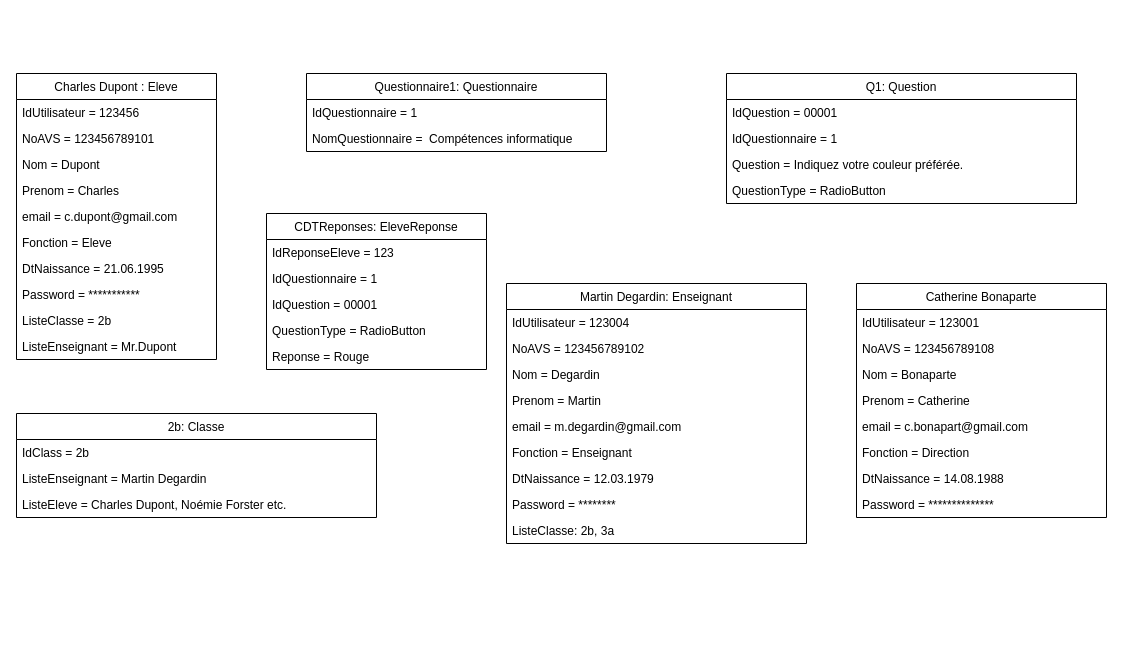
Before: ObjectDiagramEleve.drawio in Devetik/Diagrammes, a draw.io diagram. Source tidied: cells renumbered, new cells numbered last; positions are measured from the earlier drawing's top-left corner, leaving out a move shared by most shapes. Both pictures are drawn from the tidied source at 100%, with x=0, y=0 at pixel (16, 73).
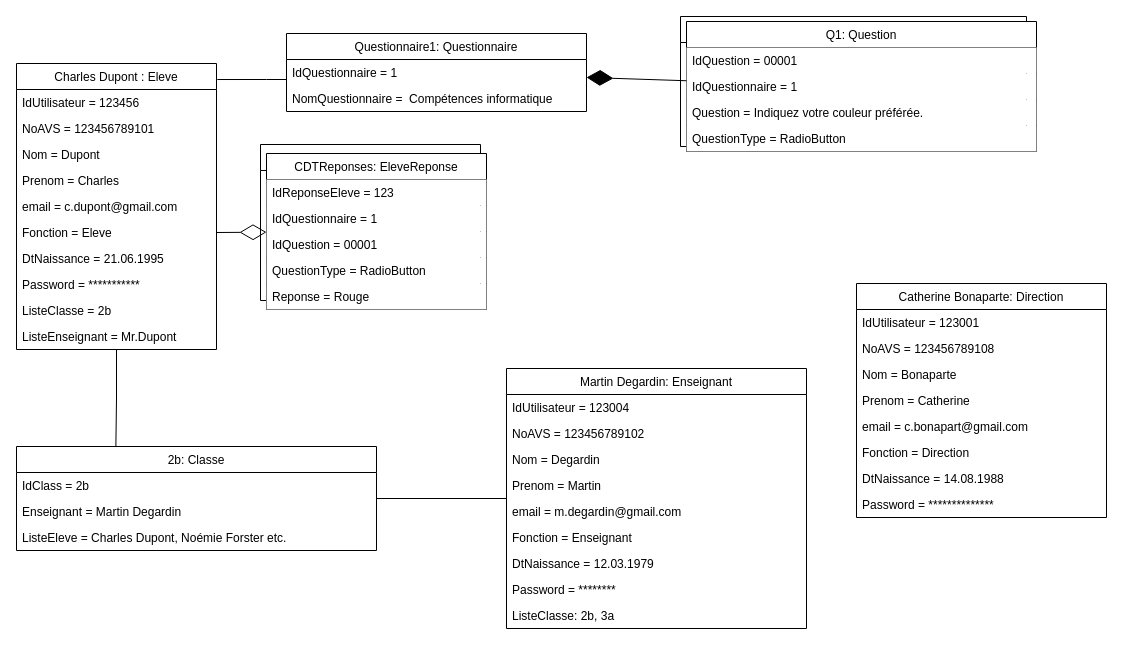
The same page after the edit.

Unchanged cells that the change refers to:
```xml
<mxCell id="8" value="Fonction = Eleve" style="text;strokeColor=none;fillColor=none;align=left;verticalAlign=top;spacingLeft=4;spacingRight=4;overflow=hidden;points=[[0,0.5],[1,0.5]];portConstraint=eastwest;" parent="2" vertex="1">
  <mxGeometry y="156" width="200" height="26" as="geometry" />
</mxCell>
```

Change to the diagram source:
```diff
@@
+    <mxCell id="50" style="swimlane;fontStyle=0;horizontal=1;startSize=26;fillColor=none;" parent="1" vertex="1">
+      <mxGeometry x="664" y="-57" width="346" height="130" as="geometry" />
+    </mxCell>
+    <mxCell id="51" value=" " style="text;strokeColor=none;fillColor=none;align=left;verticalAlign=top;spacingLeft=4;spacingRight=4;overflow=hidden;" parent="50" vertex="1">
+      <mxGeometry y="26" width="346" height="26" as="geometry" />
+    </mxCell>
+    <mxCell id="52" style="text;strokeColor=none;fillColor=none;align=left;verticalAlign=top;spacingLeft=4;spacingRight=4;overflow=hidden;" parent="50" vertex="1">
+      <mxGeometry y="52" width="346" height="26" as="geometry" />
+    </mxCell>
+    <mxCell id="53" style="text;strokeColor=none;fillColor=none;align=left;verticalAlign=top;spacingLeft=4;spacingRight=4;overflow=hidden;" parent="50" vertex="1">
+      <mxGeometry y="78" width="346" height="26" as="geometry" />
+    </mxCell>
+    <mxCell id="54" style="text;strokeColor=none;fillColor=none;align=left;verticalAlign=top;spacingLeft=4;spacingRight=4;overflow=hidden;" parent="50" vertex="1">
+      <mxGeometry y="104" width="346" height="26" as="geometry" />
+    </mxCell>
+    <mxCell id="55" style="swimlane;fontStyle=0;horizontal=1;startSize=26;fillColor=none;" parent="1" vertex="1">
+      <mxGeometry x="244" y="71" width="220" height="156" as="geometry" />
+    </mxCell>
+    <mxCell id="56" value=" " style="text;strokeColor=none;fillColor=none;align=left;verticalAlign=top;spacingLeft=4;spacingRight=4;overflow=hidden;" parent="55" vertex="1">
+      <mxGeometry y="26" width="220" height="26" as="geometry" />
+    </mxCell>
+    <mxCell id="57" style="text;strokeColor=none;fillColor=none;align=left;verticalAlign=top;spacingLeft=4;spacingRight=4;overflow=hidden;" parent="55" vertex="1">
+      <mxGeometry y="52" width="220" height="26" as="geometry" />
+    </mxCell>
+    <mxCell id="58" style="text;strokeColor=none;fillColor=none;align=left;verticalAlign=top;spacingLeft=4;spacingRight=4;overflow=hidden;" parent="55" vertex="1">
+      <mxGeometry y="78" width="220" height="26" as="geometry" />
+    </mxCell>
+    <mxCell id="59" style="text;strokeColor=none;fillColor=none;align=left;verticalAlign=top;spacingLeft=4;spacingRight=4;overflow=hidden;" parent="55" vertex="1">
+      <mxGeometry y="104" width="220" height="26" as="geometry" />
+    </mxCell>
+    <mxCell id="60" style="text;strokeColor=none;fillColor=none;align=left;verticalAlign=top;spacingLeft=4;spacingRight=4;overflow=hidden;" parent="55" vertex="1">
+      <mxGeometry y="130" width="220" height="26" as="geometry" />
+    </mxCell>
+    <mxCell id="61" style="edgeStyle=orthogonalEdgeStyle;rounded=0;jettySize=auto;html=1;entryX=0.276;entryY=0.003;entryDx=0;entryDy=0;entryPerimeter=0;endArrow=none;endFill=0;" parent="1" edge="1" source="2" target="21">
+      <mxGeometry relative="1" as="geometry" />
+    </mxCell>
+    <mxCell id="62" style="edgeStyle=orthogonalEdgeStyle;rounded=0;jettySize=auto;html=1;endArrow=none;endFill=0;exitX=1.004;exitY=0.056;exitDx=0;exitDy=0;exitPerimeter=0;" parent="1" edge="1" source="2" target="18">
+      <mxGeometry relative="1" as="geometry">
+        <Array as="points">
+          <mxPoint x="250" y="6" />
+          <mxPoint x="250" y="6" />
+        </Array>
+      </mxGeometry>
+    </mxCell>
     <mxCell id="2" value="Charles Dupont : Eleve" style="swimlane;fontStyle=0;horizontal=1;startSize=26;fillColor=none;" parent="1" vertex="1">
-      <mxGeometry width="200" height="286" as="geometry" />
+      <mxGeometry y="-10" width="200" height="286" as="geometry" />
     </mxCell>
@@
-    <mxCell id="13" value="Q1: Question" style="swimlane;fontStyle=0;horizontal=1;startSize=26;fillColor=none;" parent="1" vertex="1">
-      <mxGeometry x="710" width="350" height="130" as="geometry" />
+    <mxCell id="13" value="Q1: Question" style="swimlane;fontStyle=0;horizontal=1;startSize=26;fillColor=default;" parent="1" vertex="1">
+      <mxGeometry x="670" y="-52" width="350" height="130" as="geometry" />
     </mxCell>
-    <mxCell id="14" value="IdQuestion = 00001" style="text;strokeColor=none;fillColor=none;align=left;verticalAlign=top;spacingLeft=4;spacingRight=4;overflow=hidden;" parent="13" vertex="1">
+    <mxCell id="14" value="IdQuestion = 00001" style="text;strokeColor=none;fillColor=default;align=left;verticalAlign=top;spacingLeft=4;spacingRight=4;overflow=hidden;" parent="13" vertex="1">
       <mxGeometry y="26" width="350" height="26" as="geometry" />
     </mxCell>
-    <mxCell id="15" value="IdQuestionnaire = 1" style="text;strokeColor=none;fillColor=none;align=left;verticalAlign=top;spacingLeft=4;spacingRight=4;overflow=hidden;" parent="13" vertex="1">
+    <mxCell id="15" value="IdQuestionnaire = 1" style="text;strokeColor=none;fillColor=default;align=left;verticalAlign=top;spacingLeft=4;spacingRight=4;overflow=hidden;" parent="13" vertex="1">
       <mxGeometry y="52" width="350" height="26" as="geometry" />
     </mxCell>
-    <mxCell id="16" value="Question = Indiquez votre couleur préférée." style="text;strokeColor=none;fillColor=none;align=left;verticalAlign=top;spacingLeft=4;spacingRight=4;overflow=hidden;" parent="13" vertex="1">
+    <mxCell id="16" value="Question = Indiquez votre couleur préférée." style="text;strokeColor=none;fillColor=default;align=left;verticalAlign=top;spacingLeft=4;spacingRight=4;overflow=hidden;" parent="13" vertex="1">
       <mxGeometry y="78" width="350" height="26" as="geometry" />
     </mxCell>
-    <mxCell id="17" value="QuestionType = RadioButton" style="text;strokeColor=none;fillColor=none;align=left;verticalAlign=top;spacingLeft=4;spacingRight=4;overflow=hidden;" parent="13" vertex="1">
+    <mxCell id="17" value="QuestionType = RadioButton" style="text;strokeColor=none;fillColor=default;align=left;verticalAlign=top;spacingLeft=4;spacingRight=4;overflow=hidden;" parent="13" vertex="1">
       <mxGeometry y="104" width="350" height="26" as="geometry" />
     </mxCell>
     <mxCell id="18" value="Questionnaire1: Questionnaire" style="swimlane;fontStyle=0;horizontal=1;startSize=26;fillColor=none;" parent="1" vertex="1">
-      <mxGeometry x="290" width="300" height="78" as="geometry" />
+      <mxGeometry x="270" y="-40" width="300" height="78" as="geometry" />
     </mxCell>
@@
+    <mxCell id="63" style="edgeStyle=orthogonalEdgeStyle;rounded=0;jettySize=auto;html=1;endArrow=none;endFill=0;" parent="1" edge="1" source="21" target="25">
+      <mxGeometry relative="1" as="geometry" />
+    </mxCell>
     <mxCell id="21" value="2b: Classe" style="swimlane;fontStyle=0;horizontal=1;startSize=26;fillColor=none;" parent="1" vertex="1">
-      <mxGeometry y="340" width="360" height="104" as="geometry" />
+      <mxGeometry y="373" width="360" height="104" as="geometry" />
     </mxCell>
@@
-    <mxCell id="23" value="ListeEnseignant = Martin Degardin" style="text;strokeColor=none;fillColor=none;align=left;verticalAlign=top;spacingLeft=4;spacingRight=4;overflow=hidden;" parent="21" vertex="1">
+    <mxCell id="23" value="Enseignant = Martin Degardin" style="text;strokeColor=none;fillColor=none;align=left;verticalAlign=top;spacingLeft=4;spacingRight=4;overflow=hidden;" parent="21" vertex="1">
       <mxGeometry y="52" width="360" height="26" as="geometry" />
     </mxCell>
@@
     <mxCell id="25" value="Martin Degardin: Enseignant" style="swimlane;fontStyle=0;horizontal=1;startSize=26;fillColor=none;" parent="1" vertex="1">
-      <mxGeometry x="490" y="210" width="300" height="260" as="geometry" />
+      <mxGeometry x="490" y="295" width="300" height="260" as="geometry" />
     </mxCell>
@@
-    <mxCell id="35" value="Catherine Bonaparte" style="swimlane;fontStyle=0;horizontal=1;startSize=26;fillColor=none;" parent="1" vertex="1">
+    <mxCell id="35" value="Catherine Bonaparte: Direction" style="swimlane;fontStyle=0;horizontal=1;startSize=26;fillColor=none;" parent="1" vertex="1">
       <mxGeometry x="840" y="210" width="250" height="234" as="geometry" />
     </mxCell>
@@
-    <mxCell id="44" value="CDTReponses: EleveReponse" style="swimlane;fontStyle=0;horizontal=1;startSize=26;fillColor=none;" parent="1" vertex="1">
-      <mxGeometry x="250" y="140" width="220" height="156" as="geometry" />
+    <mxCell id="44" value="CDTReponses: EleveReponse" style="swimlane;fontStyle=0;horizontal=1;startSize=26;fillColor=default;gradientColor=none;" parent="1" vertex="1">
+      <mxGeometry x="250" y="80" width="220" height="156" as="geometry" />
     </mxCell>
-    <mxCell id="45" value="IdReponseEleve = 123" style="text;strokeColor=none;fillColor=none;align=left;verticalAlign=top;spacingLeft=4;spacingRight=4;overflow=hidden;" parent="44" vertex="1">
+    <mxCell id="45" value="IdReponseEleve = 123" style="text;strokeColor=none;fillColor=default;align=left;verticalAlign=top;spacingLeft=4;spacingRight=4;overflow=hidden;" parent="44" vertex="1">
       <mxGeometry y="26" width="220" height="26" as="geometry" />
     </mxCell>
-    <mxCell id="46" value="IdQuestionnaire = 1" style="text;strokeColor=none;fillColor=none;align=left;verticalAlign=top;spacingLeft=4;spacingRight=4;overflow=hidden;" parent="44" vertex="1">
+    <mxCell id="46" value="IdQuestionnaire = 1" style="text;strokeColor=none;fillColor=default;align=left;verticalAlign=top;spacingLeft=4;spacingRight=4;overflow=hidden;" parent="44" vertex="1">
       <mxGeometry y="52" width="220" height="26" as="geometry" />
     </mxCell>
-    <mxCell id="47" value="IdQuestion = 00001" style="text;strokeColor=none;fillColor=none;align=left;verticalAlign=top;spacingLeft=4;spacingRight=4;overflow=hidden;" parent="44" vertex="1">
+    <mxCell id="47" value="IdQuestion = 00001" style="text;strokeColor=none;fillColor=default;align=left;verticalAlign=top;spacingLeft=4;spacingRight=4;overflow=hidden;" parent="44" vertex="1">
       <mxGeometry y="78" width="220" height="26" as="geometry" />
     </mxCell>
-    <mxCell id="48" value="QuestionType = RadioButton" style="text;strokeColor=none;fillColor=none;align=left;verticalAlign=top;spacingLeft=4;spacingRight=4;overflow=hidden;" parent="44" vertex="1">
+    <mxCell id="48" value="QuestionType = RadioButton" style="text;strokeColor=none;fillColor=default;align=left;verticalAlign=top;spacingLeft=4;spacingRight=4;overflow=hidden;" parent="44" vertex="1">
       <mxGeometry y="104" width="220" height="26" as="geometry" />
     </mxCell>
-    <mxCell id="49" value="Reponse = Rouge" style="text;strokeColor=none;fillColor=none;align=left;verticalAlign=top;spacingLeft=4;spacingRight=4;overflow=hidden;" parent="44" vertex="1">
+    <mxCell id="49" value="Reponse = Rouge" style="text;strokeColor=none;fillColor=default;align=left;verticalAlign=top;spacingLeft=4;spacingRight=4;overflow=hidden;" parent="44" vertex="1">
       <mxGeometry y="130" width="220" height="26" as="geometry" />
     </mxCell>
+    <mxCell id="64" style="endArrow=diamondThin;endFill=1;endSize=24;html=1;rounded=0;" parent="1" edge="1" source="13" target="18">
+      <mxGeometry relative="1" as="geometry" />
+    </mxCell>
+    <mxCell id="65" style="endArrow=diamondThin;endFill=0;endSize=24;html=1;rounded=0;exitX=1;exitY=0.5;exitDx=0;exitDy=0;" parent="1" edge="1" source="8" target="44">
+      <mxGeometry relative="1" as="geometry" />
+    </mxCell>
```
